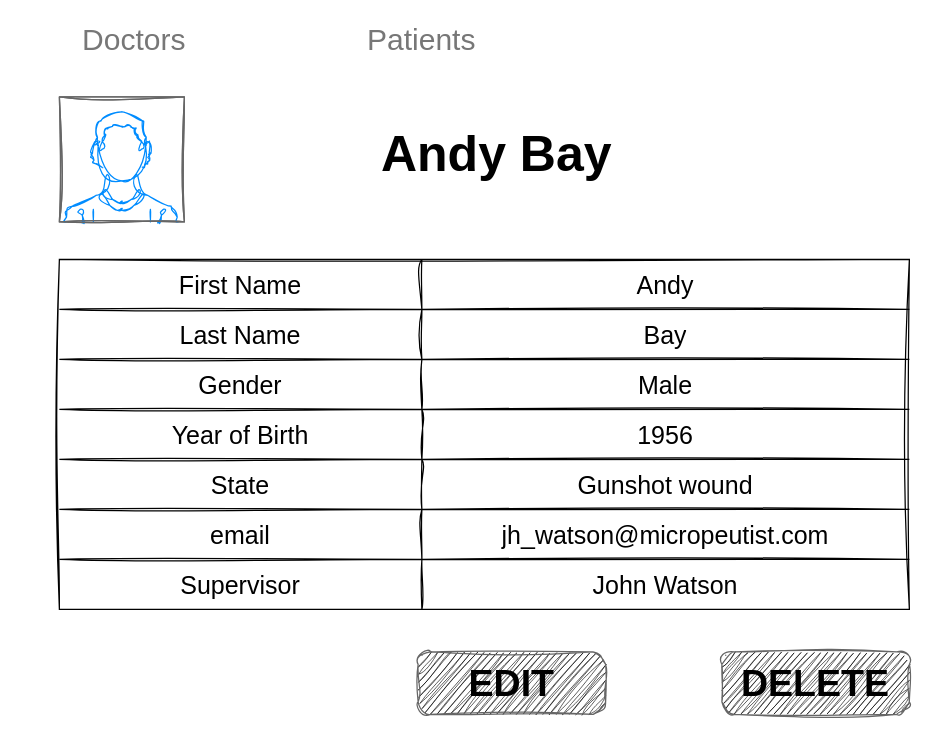
Before: page "Patient" (5 of 6) of documentation/micropeutist drawio.drawio in DmytroY/EPAM_Flask, a draw.io diagram. Source tidied: cells renumbered, new cells numbered last; positions are measured from the earlier drawing's top-left corner, leaving out a move shared by most shapes. Both pictures are drawn from the tidied source at 125%, with x=0, y=0 at pixel (21, 21).
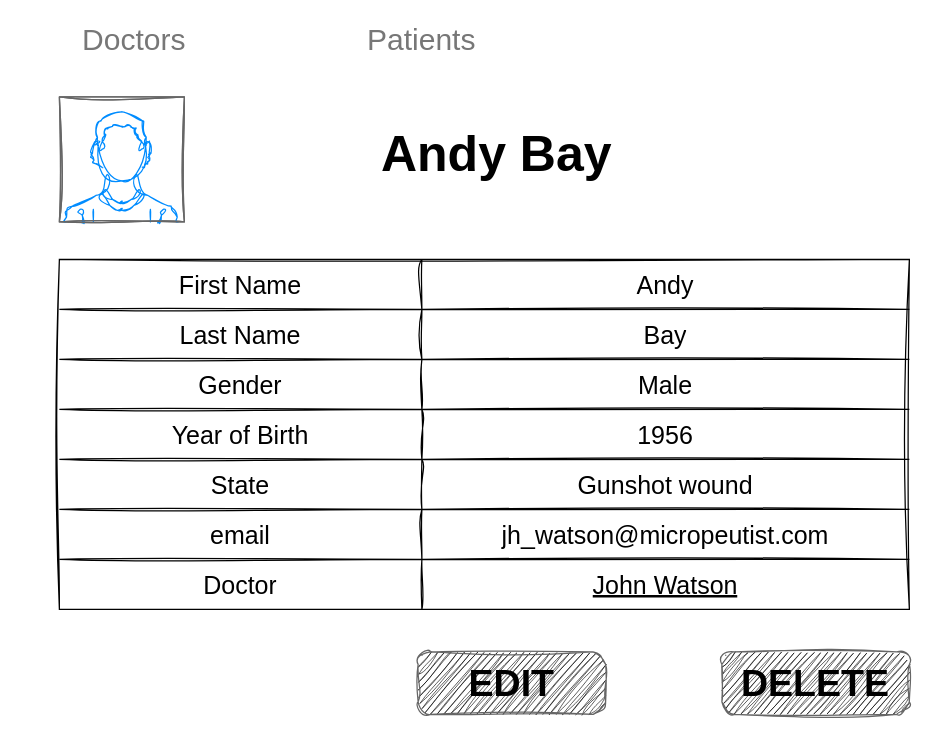
Above is the later version.

Unchanged cells that the change refers to:
```xml
<mxCell id="24" style="shape=tableRow;horizontal=0;startSize=0;swimlaneHead=0;swimlaneBody=0;strokeColor=inherit;top=0;left=0;bottom=0;right=0;fillColor=none;rounded=0;shadow=0;labelBorderColor=none;sketch=1;hachureGap=4;jiggle=2;curveFitting=1;fontFamily=Helvetica;fontSize=20;fontColor=#000000;html=0;" parent="5" vertex="1">
  <mxGeometry y="240" width="680" height="40" as="geometry" />
</mxCell>
```

Diff of the diagram source:
```diff
@@
-    <mxCell id="25" value="Supervisor" style="shape=partialRectangle;html=1;whiteSpace=wrap;strokeColor=inherit;overflow=hidden;fillColor=none;top=0;left=0;bottom=0;right=0;rounded=0;shadow=0;labelBorderColor=none;sketch=1;hachureGap=4;jiggle=2;curveFitting=1;fontFamily=Helvetica;fontSize=20;fontColor=#000000;" parent="24" vertex="1">
+    <mxCell id="25" value="Doctor" style="shape=partialRectangle;html=1;whiteSpace=wrap;strokeColor=inherit;overflow=hidden;fillColor=none;top=0;left=0;bottom=0;right=0;rounded=0;shadow=0;labelBorderColor=none;sketch=1;hachureGap=4;jiggle=2;curveFitting=1;fontFamily=Helvetica;fontSize=20;fontColor=#000000;" parent="24" vertex="1">
       <mxGeometry width="290" height="40" as="geometry" />
     </mxCell>
-    <mxCell id="26" value="John Watson" style="shape=partialRectangle;html=1;whiteSpace=wrap;strokeColor=inherit;overflow=hidden;fillColor=none;top=0;left=0;bottom=0;right=0;rounded=0;shadow=0;labelBorderColor=none;sketch=1;hachureGap=4;jiggle=2;curveFitting=1;fontFamily=Helvetica;fontSize=20;fontColor=#000000;" parent="24" vertex="1">
+    <mxCell id="26" value="&lt;u&gt;John Watson&lt;/u&gt;" style="shape=partialRectangle;html=1;whiteSpace=wrap;strokeColor=inherit;overflow=hidden;fillColor=none;top=0;left=0;bottom=0;right=0;rounded=0;shadow=0;labelBorderColor=none;sketch=1;hachureGap=4;jiggle=2;curveFitting=1;fontFamily=Helvetica;fontSize=20;fontColor=#000000;" parent="24" vertex="1">
       <mxGeometry x="290" width="390" height="40" as="geometry" />
     </mxCell>
```
